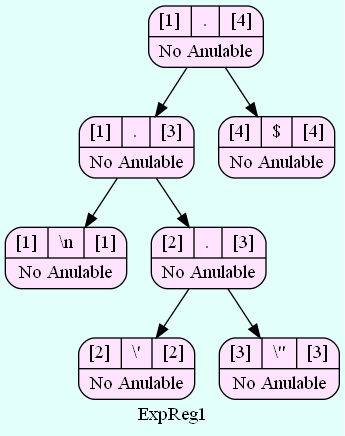
SergieArizandieta/OLC1-P1-202000119 keeps this Graphviz diagram as ARBOLES_202000119/Arbol_ExpReg1.png. Above is the earlier version. Its source is kept beside it as ARBOLES_202000119/Arbol_ExpReg1.dot.
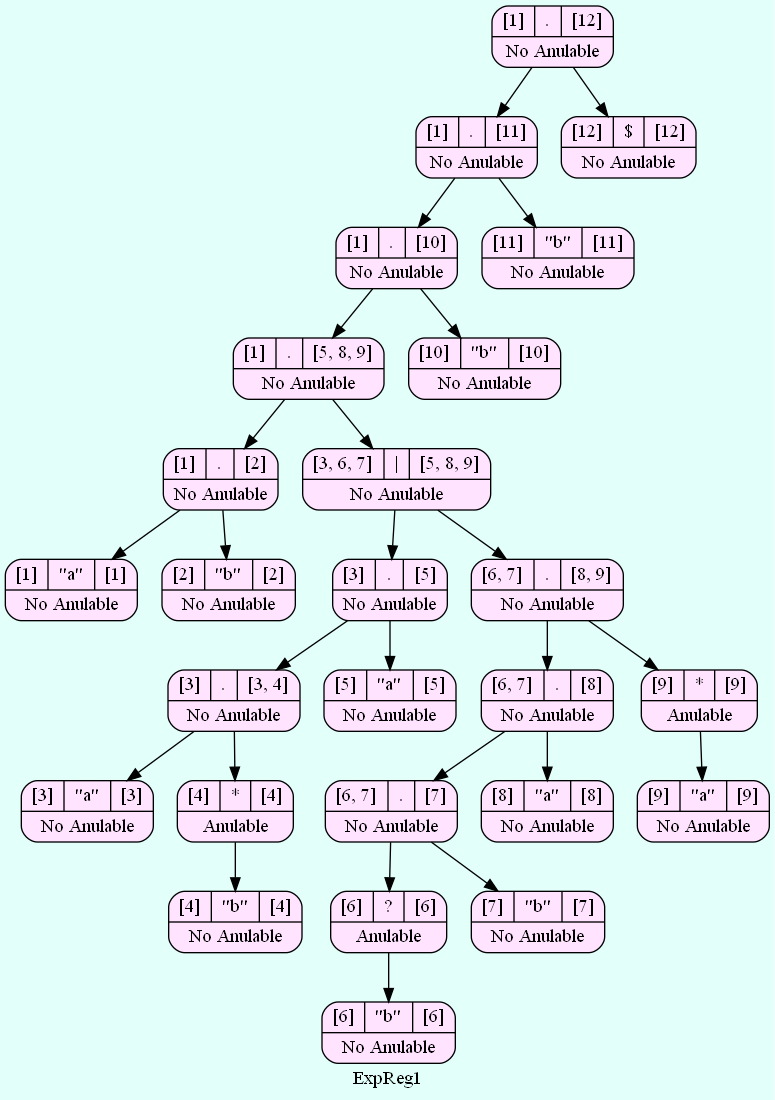
The same file after the commit.

What changed in the source:
```diff
@@ -2,18 +2,56 @@
   bgcolor = "#E3FFFA"
    node [shape=Mrecord fillcolor="#FFE3FF" style =filled];
 label ="ExpReg1"
-    struct1794080443    [label="{{[1]|<here>.|[4]}|No Anulable}"];
-    struct1794080443-> struct447145937
-    struct447145937    [label="{{[1]|<here>.|[3]}|No Anulable}"];
+    struct447145937    [label="{{[1]|<here>.|[12]}|No Anulable}"];
     struct447145937-> struct1591495228
-    struct1591495228    [label="{{[1]|<here>\\n|[1]}|No Anulable}"];
-    struct447145937-> struct638767220
-    struct638767220    [label="{{[2]|<here>.|[3]}|No Anulable}"];
+    struct1591495228    [label="{{[1]|<here>.|[11]}|No Anulable}"];
+    struct1591495228-> struct638767220
+    struct638767220    [label="{{[1]|<here>.|[10]}|No Anulable}"];
     struct638767220-> struct932800683
-    struct932800683    [label="{{[2]|<here>\\'|[2]}|No Anulable}"];
-    struct638767220-> struct447515110
-    struct447515110    [label="{{[3]|<here>\\\"|[3]}|No Anulable}"];
-    struct1794080443-> struct639479077
-    struct639479077    [label="{{[4]|<here>$|[4]}|No Anulable}"];
+    struct932800683    [label="{{[1]|<here>.|[5, 8, 9]}|No Anulable}"];
+    struct932800683-> struct447515110
+    struct447515110    [label="{{[1]|<here>.|[2]}|No Anulable}"];
+    struct447515110-> struct639479077
+    struct639479077    [label="{{[1]|<here>\"a\"|[1]}|No Anulable}"];
+    struct447515110-> struct373049570
+    struct373049570    [label="{{[2]|<here>\"b\"|[2]}|No Anulable}"];
+    struct932800683-> struct1788655294
+    struct1788655294    [label="{{[3, 6, 7]|<here>\||[5, 8, 9]}|No Anulable}"];
+    struct1788655294-> struct335671730
+    struct335671730    [label="{{[3]|<here>.|[5]}|No Anulable}"];
+    struct335671730-> struct1606292114
+    struct1606292114    [label="{{[3]|<here>.|[3, 4]}|No Anulable}"];
+    struct1606292114-> struct733035231
+    struct733035231    [label="{{[3]|<here>\"a\"|[3]}|No Anulable}"];
+    struct1606292114-> struct613896273
+    struct613896273    [label="{{[4]|<here>*|[4]}|Anulable}"];
+    struct613896273-> struct1065400592
+    struct1065400592    [label="{{[4]|<here>\"b\"|[4]}|No Anulable}"];
+    struct335671730-> struct268764912
+    struct268764912    [label="{{[5]|<here>\"a\"|[5]}|No Anulable}"];
+    struct1788655294-> struct851485165
+    struct851485165    [label="{{[6, 7]|<here>.|[8, 9]}|No Anulable}"];
+    struct851485165-> struct743143996
+    struct743143996    [label="{{[6, 7]|<here>.|[8]}|No Anulable}"];
+    struct743143996-> struct381226652
+    struct381226652    [label="{{[6, 7]|<here>.|[7]}|No Anulable}"];
+    struct381226652-> struct783525949
+    struct783525949    [label="{{[6]|<here>?|[6]}|Anulable}"];
+    struct783525949-> struct432782287
+    struct432782287    [label="{{[6]|<here>\"b\"|[6]}|No Anulable}"];
+    struct381226652-> struct1848031312
+    struct1848031312    [label="{{[7]|<here>\"b\"|[7]}|No Anulable}"];
+    struct743143996-> struct817207014
+    struct817207014    [label="{{[8]|<here>\"a\"|[8]}|No Anulable}"];
+    struct851485165-> struct57942669
+    struct57942669    [label="{{[9]|<here>*|[9]}|Anulable}"];
+    struct57942669-> struct1193669871
+    struct1193669871    [label="{{[9]|<here>\"a\"|[9]}|No Anulable}"];
+    struct638767220-> struct479862883
+    struct479862883    [label="{{[10]|<here>\"b\"|[10]}|No Anulable}"];
+    struct1591495228-> struct296880
+    struct296880    [label="{{[11]|<here>\"b\"|[11]}|No Anulable}"];
+    struct447145937-> struct583449975
+    struct583449975    [label="{{[12]|<here>$|[12]}|No Anulable}"];
 
 }
```
